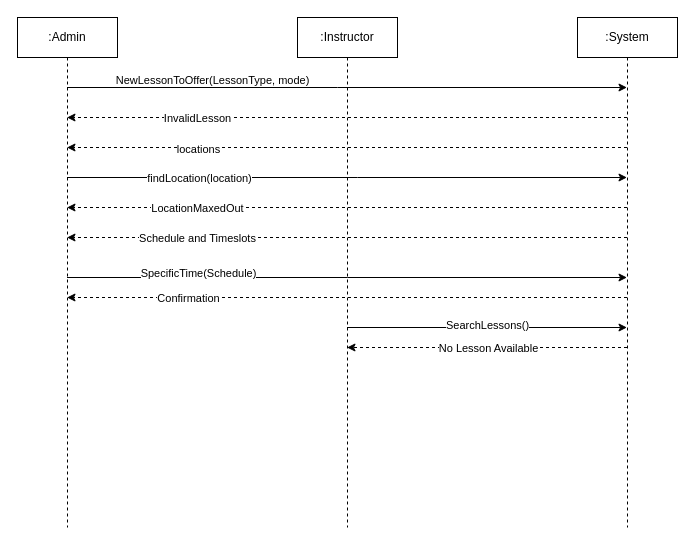
This is Diagrams/SystemSequenceDiagram.drawio from JeremyCrete/Soen342-JeremyCrete-DominicEmond, a draw.io file, before an edit. Source tidied: cells renumbered, new cells numbered last; positions are measured from the earlier drawing's top-left corner, leaving out a move shared by most shapes. Both pictures are drawn from the tidied source at 100%, with x=0, y=0 at pixel (17, 17).
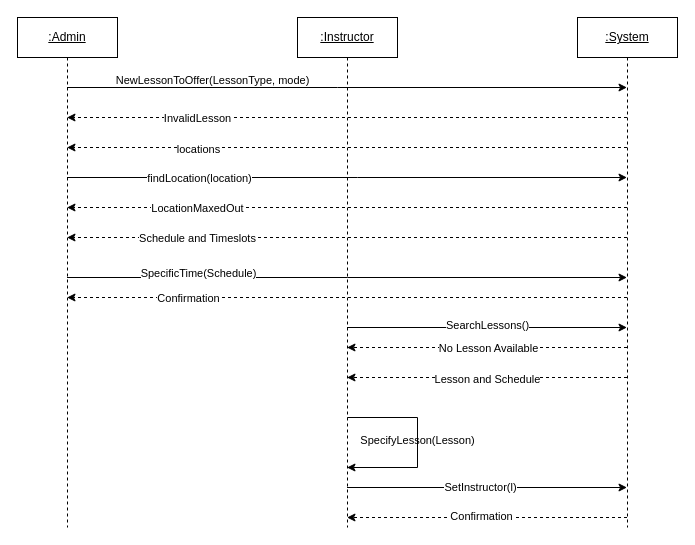
After the change.

Change to the diagram source:
```diff
@@
-    <mxCell id="2" value=":Admin" style="shape=umlLifeline;perimeter=lifelinePerimeter;whiteSpace=wrap;html=1;outlineConnect=0;portConstraint=eastwest;newEdgeStyle={&quot;curved&quot;:0,&quot;rounded&quot;:0};" parent="1" vertex="1">
+    <mxCell id="2" value="&lt;u&gt;:Admin&lt;/u&gt;" style="shape=umlLifeline;perimeter=lifelinePerimeter;whiteSpace=wrap;html=1;outlineConnect=0;portConstraint=eastwest;newEdgeStyle={&quot;curved&quot;:0,&quot;rounded&quot;:0};" parent="1" vertex="1">
       <mxGeometry width="100" height="510" as="geometry" />
     </mxCell>
-    <mxCell id="3" value=":Instructor" style="shape=umlLifeline;perimeter=lifelinePerimeter;whiteSpace=wrap;html=1;outlineConnect=0;portConstraint=eastwest;newEdgeStyle={&quot;curved&quot;:0,&quot;rounded&quot;:0};" parent="1" vertex="1">
+    <mxCell id="3" value="&lt;u&gt;:Instructor&lt;/u&gt;" style="shape=umlLifeline;perimeter=lifelinePerimeter;whiteSpace=wrap;html=1;outlineConnect=0;portConstraint=eastwest;newEdgeStyle={&quot;curved&quot;:0,&quot;rounded&quot;:0};" parent="1" vertex="1">
       <mxGeometry x="280" width="100" height="510" as="geometry" />
     </mxCell>
-    <mxCell id="4" value=":System" style="shape=umlLifeline;perimeter=lifelinePerimeter;whiteSpace=wrap;html=1;outlineConnect=0;portConstraint=eastwest;newEdgeStyle={&quot;curved&quot;:0,&quot;rounded&quot;:0};" parent="1" vertex="1">
+    <mxCell id="4" value="&lt;u&gt;:System&lt;/u&gt;" style="shape=umlLifeline;perimeter=lifelinePerimeter;whiteSpace=wrap;html=1;outlineConnect=0;portConstraint=eastwest;newEdgeStyle={&quot;curved&quot;:0,&quot;rounded&quot;:0};" parent="1" vertex="1">
       <mxGeometry x="560" width="100" height="510" as="geometry" />
     </mxCell>
@@
+    <mxCell id="25" style="html=1;labelBackgroundColor=#ffffff;startArrow=none;startFill=0;startSize=6;endArrow=classic;endFill=1;endSize=6;jettySize=auto;strokeWidth=1;dashed=1;fontSize=14;rounded=0;" parent="1" edge="1" source="4" target="3">
+      <mxGeometry relative="1" as="geometry">
+        <Array as="points">
+          <mxPoint x="480" y="360" />
+        </Array>
+      </mxGeometry>
+    </mxCell>
+    <mxCell id="26" value="Lesson and Schedule" style="edgeLabel;html=1;align=center;verticalAlign=middle;" parent="25" vertex="1">
+      <mxGeometry x="0.11" y="1" relative="1" as="geometry">
+        <mxPoint x="15" as="offset" />
+      </mxGeometry>
+    </mxCell>
+    <mxCell id="27" style="endArrow=none;html=1;rounded=0;" parent="1" edge="1">
+      <mxGeometry relative="1" as="geometry">
+        <mxPoint x="329.8" y="400" as="sourcePoint" />
+        <mxPoint x="400" y="400" as="targetPoint" />
+      </mxGeometry>
+    </mxCell>
+    <mxCell id="28" style="endArrow=none;html=1;rounded=0;" parent="1" edge="1">
+      <mxGeometry relative="1" as="geometry">
+        <mxPoint x="400" y="450" as="sourcePoint" />
+        <mxPoint x="400" y="400" as="targetPoint" />
+      </mxGeometry>
+    </mxCell>
+    <mxCell id="29" style="endArrow=classic;html=1;rounded=0;" parent="1" edge="1" target="3">
+      <mxGeometry relative="1" as="geometry">
+        <mxPoint x="400" y="450" as="sourcePoint" />
+      </mxGeometry>
+    </mxCell>
+    <mxCell id="30" value="&lt;font style=&quot;font-size: 11px;&quot;&gt;SpecifyLesson(Lesson)&lt;/font&gt;" style="text;html=1;align=center;verticalAlign=middle;strokeColor=none;fillColor=none;" parent="1" vertex="1">
+      <mxGeometry x="330" y="408" width="140" height="30" as="geometry" />
+    </mxCell>
+    <mxCell id="31" style="endArrow=classic;html=1;rounded=0;" parent="1" edge="1" source="3" target="4">
+      <mxGeometry relative="1" as="geometry">
+        <Array as="points">
+          <mxPoint x="490" y="470" />
+        </Array>
+      </mxGeometry>
+    </mxCell>
+    <mxCell id="32" value="SetInstructor(l)" style="edgeLabel;html=1;align=center;verticalAlign=middle;" parent="31" vertex="1">
+      <mxGeometry x="-0.05" y="1" relative="1" as="geometry" />
+    </mxCell>
+    <mxCell id="33" style="html=1;labelBackgroundColor=#ffffff;startArrow=none;startFill=0;startSize=6;endArrow=classic;endFill=1;endSize=6;jettySize=auto;strokeWidth=1;dashed=1;fontSize=14;rounded=0;" parent="1" edge="1" source="4" target="3">
+      <mxGeometry relative="1" as="geometry">
+        <Array as="points">
+          <mxPoint x="490" y="500" />
+        </Array>
+      </mxGeometry>
+    </mxCell>
+    <mxCell id="34" value="Confirmation" style="edgeLabel;html=1;align=center;verticalAlign=middle;" parent="33" vertex="1">
+      <mxGeometry x="0.04" y="-2" relative="1" as="geometry" />
+    </mxCell>
```
